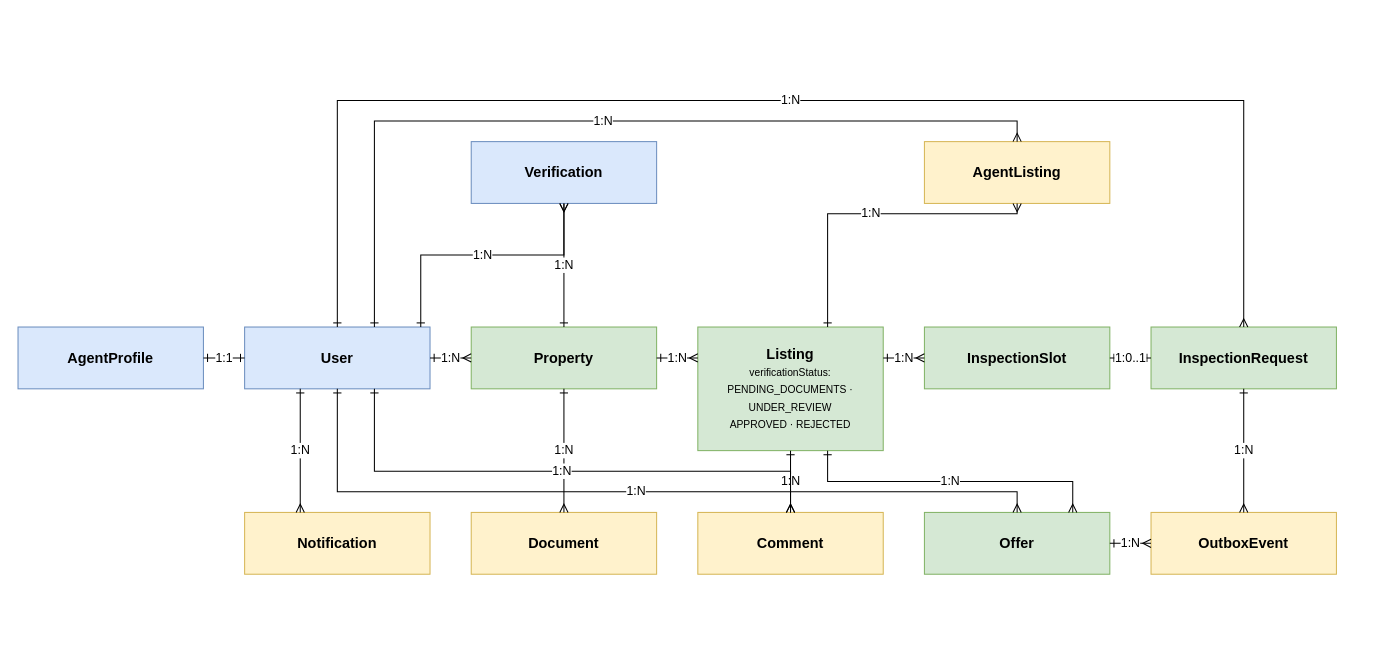
DreamHom/haven keeps this draw.io diagram as docs/diagrams-simple/02-erd.drawio. Above is the earlier version. Source tidied: cells renumbered, new cells numbered last; positions are measured from the earlier drawing's top-left corner, leaving out a move shared by most shapes. Both pictures are drawn from the tidied source at 103%, with x=0, y=0 at pixel (18, 100).
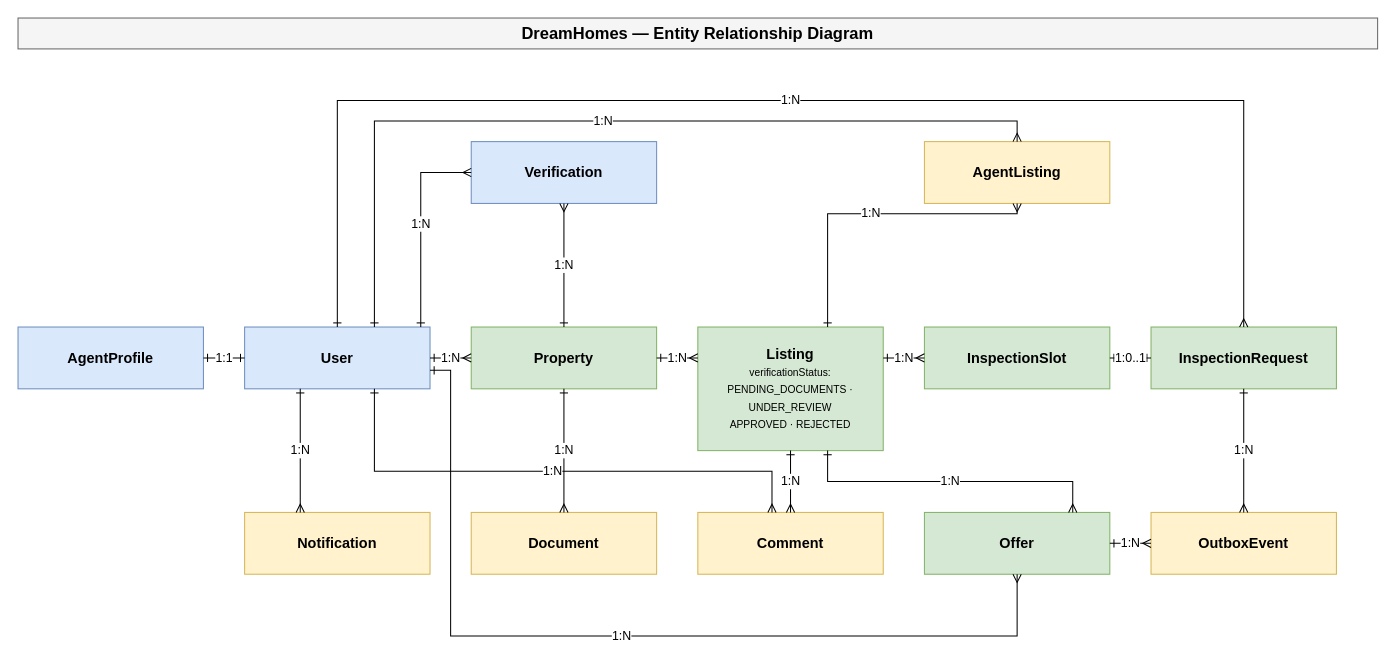
The same diagram, later.

Commit message (it also covers changes not shown here):
Update and expand system architecture diagram; add sequence diagrams for key workflows

Unchanged cells that the change refers to:
```xml
<mxCell id="2" value="Verification" style="rounded=0;whiteSpace=wrap;html=1;fillColor=#dae8fc;strokeColor=#6c8ebf;fontFamily=Helvetica;fontSize=14;fontStyle=1;" parent="1" vertex="1">
  <mxGeometry x="440" y="40" width="180" height="60" as="geometry" />
</mxCell>
<mxCell id="5" value="User" style="rounded=0;whiteSpace=wrap;html=1;fillColor=#dae8fc;strokeColor=#6c8ebf;fontFamily=Helvetica;fontSize=14;fontStyle=1;" parent="1" vertex="1">
  <mxGeometry x="220" y="220" width="180" height="60" as="geometry" />
</mxCell>
<mxCell id="12" value="Comment" style="rounded=0;whiteSpace=wrap;html=1;fillColor=#fff2cc;strokeColor=#d6b656;fontFamily=Helvetica;fontSize=14;fontStyle=1;" parent="1" vertex="1">
  <mxGeometry x="660" y="400" width="180" height="60" as="geometry" />
</mxCell>
<mxCell id="13" value="Offer" style="rounded=0;whiteSpace=wrap;html=1;fillColor=#d5e8d4;strokeColor=#82b366;fontFamily=Helvetica;fontSize=14;fontStyle=1;" parent="1" vertex="1">
  <mxGeometry x="880" y="400" width="180" height="60" as="geometry" />
</mxCell>
```

Change to the diagram source:
```diff
@@
+    <mxCell id="33" value="DreamHomes — Entity Relationship Diagram" style="rounded=0;whiteSpace=wrap;html=1;fillColor=#f5f5f5;strokeColor=#666666;fontFamily=Helvetica;fontSize=16;fontStyle=1;align=center;verticalAlign=middle;" parent="1" vertex="1">
+      <mxGeometry y="-80" width="1320" height="30" as="geometry" />
+    </mxCell>
@@
-    <mxCell id="26" value="1:N" style="edgeStyle=orthogonalEdgeStyle;rounded=0;html=1;exitX=0.95;exitY=0;exitDx=0;exitDy=0;entryX=0.5;entryY=1;entryDx=0;entryDy=0;startArrow=ERone;endArrow=ERmany;strokeColor=#000000;fontFamily=Helvetica;fontSize=12;" parent="1" edge="1" source="5" target="2">
+    <mxCell id="26" value="1:N" style="edgeStyle=orthogonalEdgeStyle;rounded=0;html=1;exitX=0.95;exitY=0;exitDx=0;exitDy=0;entryX=0;entryY=0.5;entryDx=0;entryDy=0;startArrow=ERone;endArrow=ERmany;strokeColor=#000000;fontFamily=Helvetica;fontSize=12;" parent="1" edge="1" source="5" target="2">
       <mxGeometry relative="1" as="geometry">
         <Array as="points">
-          <mxPoint x="391" y="150" />
-          <mxPoint x="530" y="150" />
+          <mxPoint x="391" y="70" />
         </Array>
       </mxGeometry>
     </mxCell>
@@
-    <mxCell id="29" value="1:N" style="edgeStyle=orthogonalEdgeStyle;rounded=0;html=1;exitX=0.5;exitY=1;exitDx=0;exitDy=0;entryX=0.5;entryY=0;entryDx=0;entryDy=0;startArrow=ERone;endArrow=ERmany;strokeColor=#000000;fontFamily=Helvetica;fontSize=12;" parent="1" edge="1" source="5" target="13">
+    <mxCell id="29" value="1:N" style="edgeStyle=orthogonalEdgeStyle;rounded=0;html=1;exitX=1;exitY=0.7;exitDx=0;exitDy=0;entryX=0.5;entryY=1;entryDx=0;entryDy=0;startArrow=ERone;endArrow=ERmany;strokeColor=#000000;fontFamily=Helvetica;fontSize=12;" parent="1" edge="1" source="5" target="13">
       <mxGeometry relative="1" as="geometry">
         <Array as="points">
-          <mxPoint x="310" y="380" />
-          <mxPoint x="970" y="380" />
+          <mxPoint x="420" y="262" />
+          <mxPoint x="420" y="520" />
+          <mxPoint x="970" y="520" />
         </Array>
       </mxGeometry>
     </mxCell>
-    <mxCell id="30" value="1:N" style="edgeStyle=orthogonalEdgeStyle;rounded=0;html=1;exitX=0.7;exitY=1;exitDx=0;exitDy=0;entryX=0.5;entryY=0;entryDx=0;entryDy=0;startArrow=ERone;endArrow=ERmany;strokeColor=#000000;fontFamily=Helvetica;fontSize=12;" parent="1" edge="1" source="5" target="12">
+    <mxCell id="30" value="1:N" style="edgeStyle=orthogonalEdgeStyle;rounded=0;html=1;exitX=0.7;exitY=1;exitDx=0;exitDy=0;entryX=0.4;entryY=0;entryDx=0;entryDy=0;startArrow=ERone;endArrow=ERmany;strokeColor=#000000;fontFamily=Helvetica;fontSize=12;" parent="1" edge="1" source="5" target="12">
       <mxGeometry relative="1" as="geometry">
         <Array as="points">
           <mxPoint x="346" y="360" />
-          <mxPoint x="750" y="360" />
+          <mxPoint x="732" y="360" />
         </Array>
       </mxGeometry>
     </mxCell>
```
